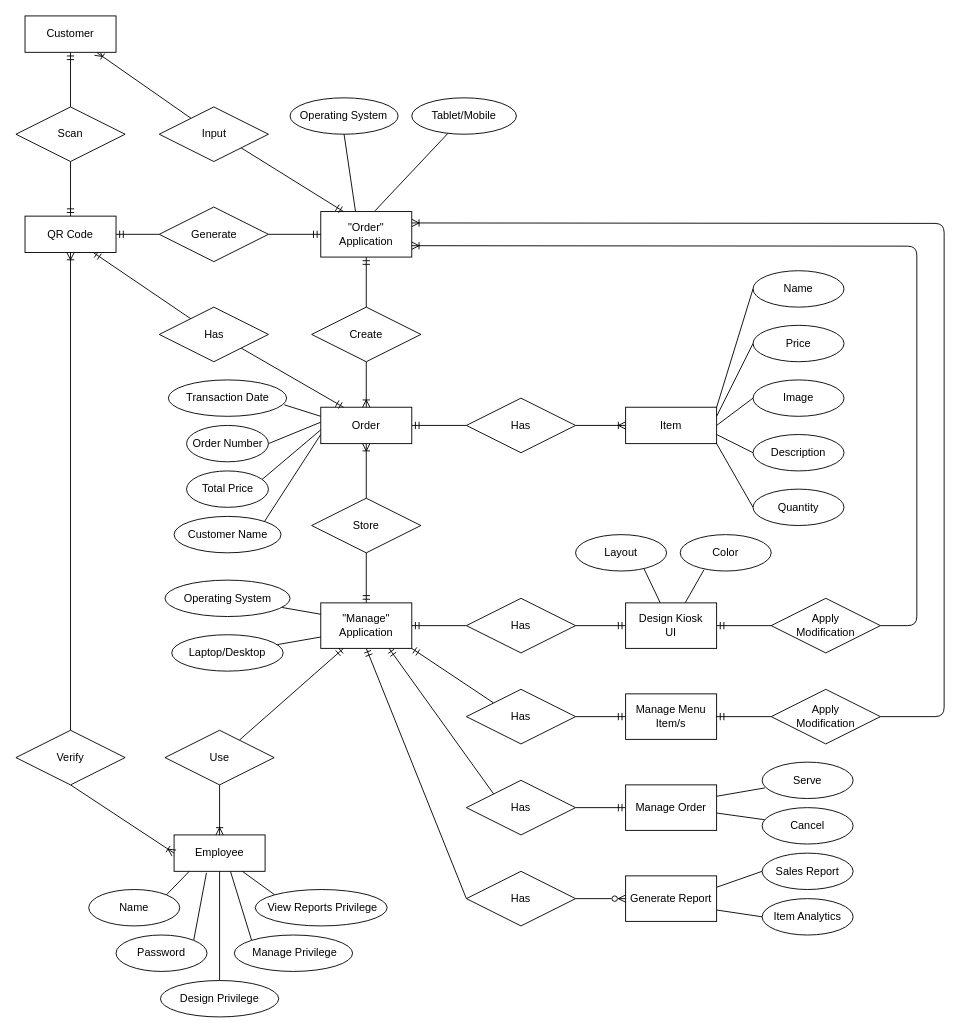
Before: DOCS/Diagrams/Traditional ERD Diagram.drawio in alexxGmZ/MenuMaApp, a draw.io diagram. Source tidied: cells renumbered, new cells numbered last; positions are measured from the earlier drawing's top-left corner, leaving out a move shared by most shapes. Both pictures are drawn from the tidied source at 91%, with x=0, y=0 at pixel (15, 15).
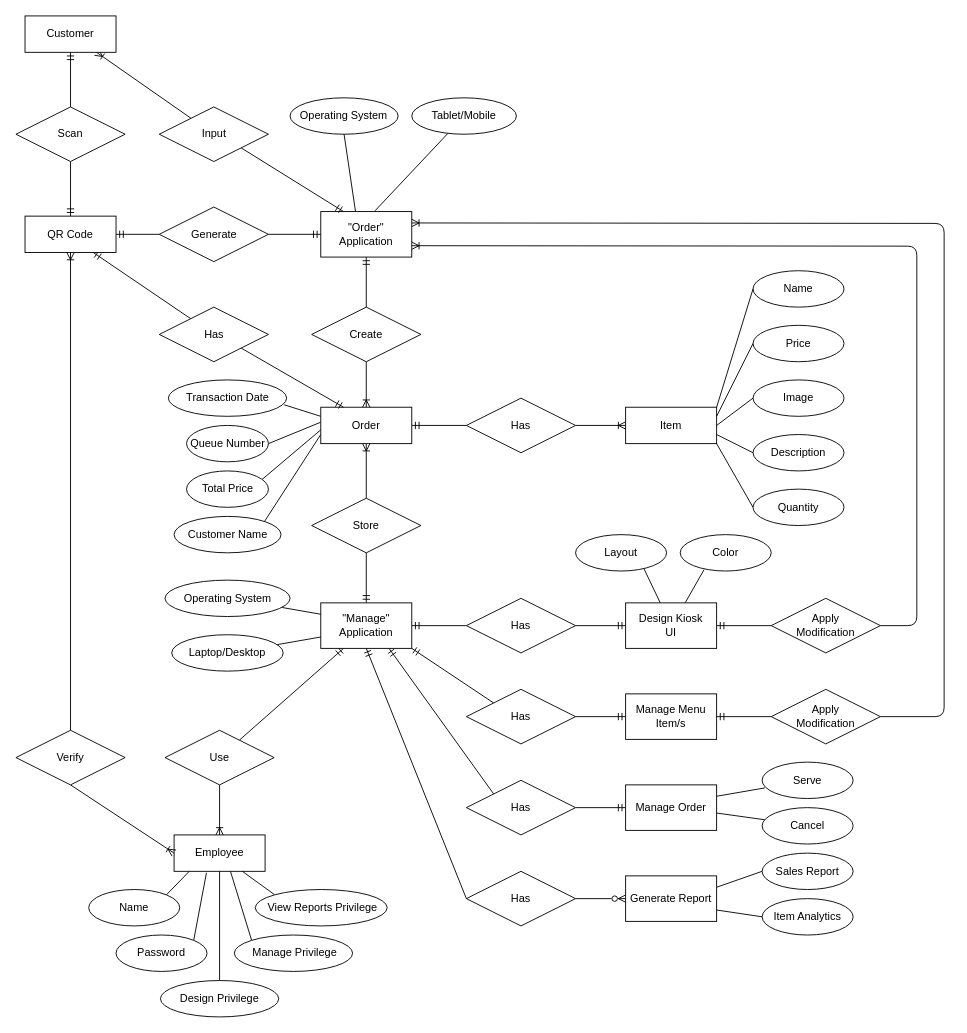
After the change.

Commit message (it also covers changes not shown here):
diagram(erd): add order and items ordered history entity

The edit, as a diff of the source:
```diff
@@
-    <mxCell id="99" value="Order Number" style="ellipse;whiteSpace=wrap;html=1;align=center;" parent="1" vertex="1">
+    <mxCell id="99" value="Queue Number" style="ellipse;whiteSpace=wrap;html=1;align=center;" parent="1" vertex="1">
       <mxGeometry x="187.5" y="450" width="90" height="40" as="geometry" />
     </mxCell>
```
